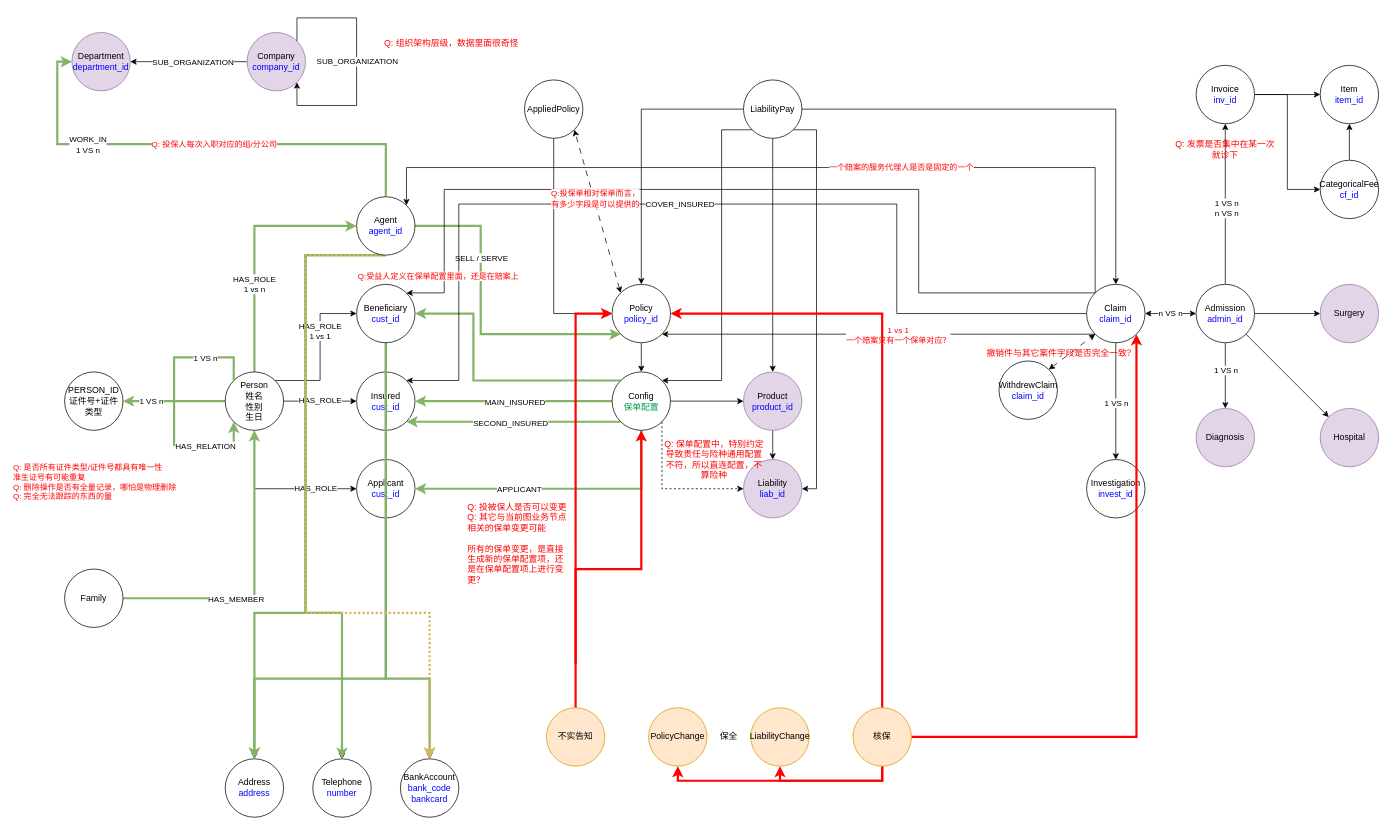
XiaoLiuAI/diagrams keeps this draw.io diagram as page "V0" (1 of 3) of 友邦/图拓扑设计.drawio. Above is the earlier version. Source tidied: cells renumbered, new cells numbered last; positions are measured from the earlier drawing's top-left corner, leaving out a move shared by most shapes. Both pictures are drawn from the tidied source at 73%, with x=0, y=0 at pixel (57, 18).
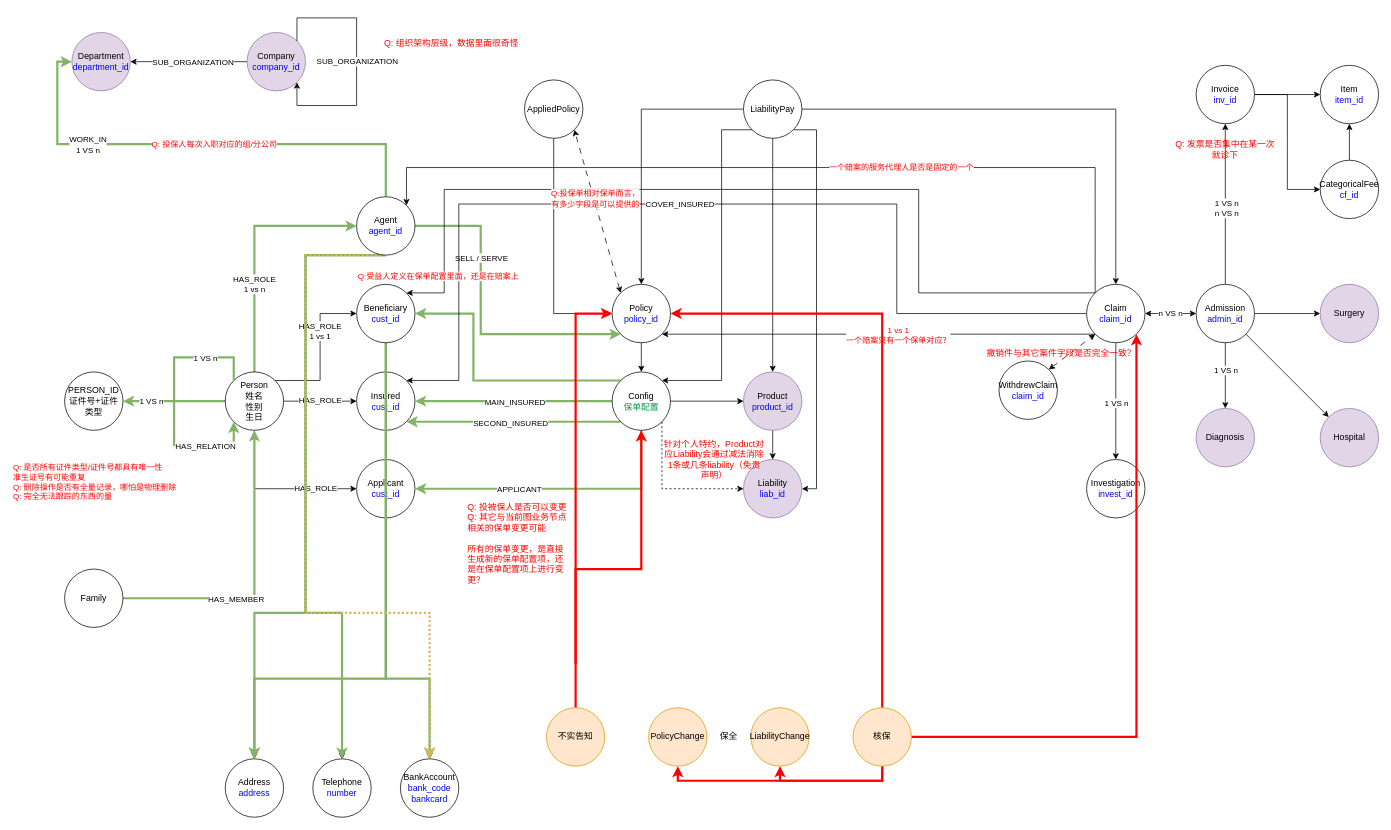
The same page after the edit.

The edit, as a diff of the source:
```diff
@@
-    <mxCell id="117" value="Q: 保单配置中，特别约定导致责任与险种通用配置不符，所以直连配置，不算险种" style="text;html=1;strokeColor=none;fillColor=none;align=center;verticalAlign=middle;whiteSpace=wrap;rounded=0;fontColor=#FF0000;" parent="1" vertex="1">
+    <mxCell id="117" value="针对个人特约，Product对应Liability会通过减法消除1条或几条liability（免责声明）" style="text;html=1;strokeColor=none;fillColor=none;align=center;verticalAlign=middle;whiteSpace=wrap;rounded=0;fontColor=#FF0000;" parent="1" vertex="1">
       <mxGeometry x="830" y="575" width="140" height="60" as="geometry" />
     </mxCell>
```
